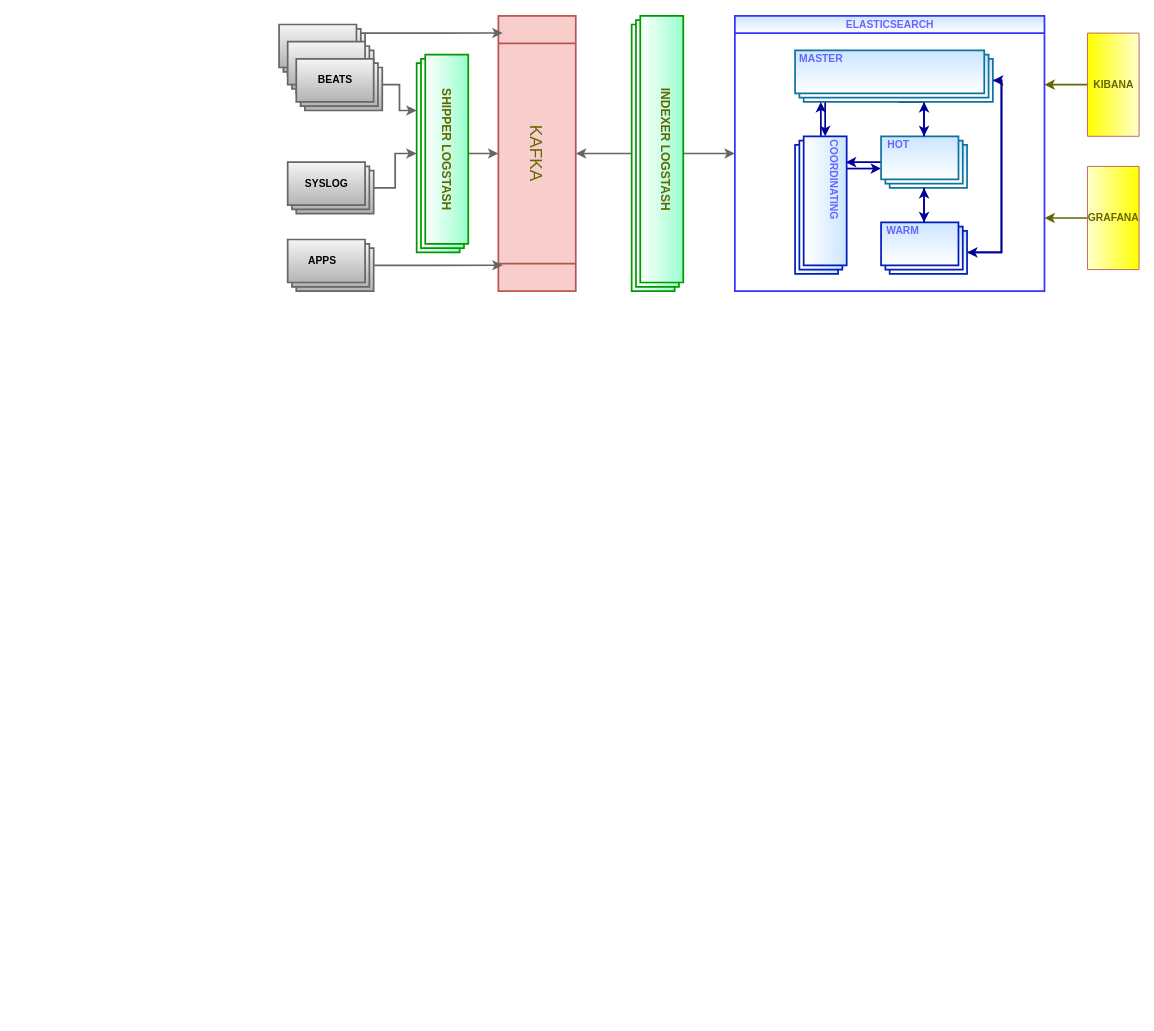
Before: ELK with Kafka.drawio in iatalay/drawio-diagrams, a draw.io diagram. Source tidied: cells renumbered, new cells numbered last; positions are measured from the earlier drawing's top-left corner, leaving out a move shared by most shapes. Both pictures are drawn from the tidied source at 86%, with x=0, y=0 at pixel (279, 15).
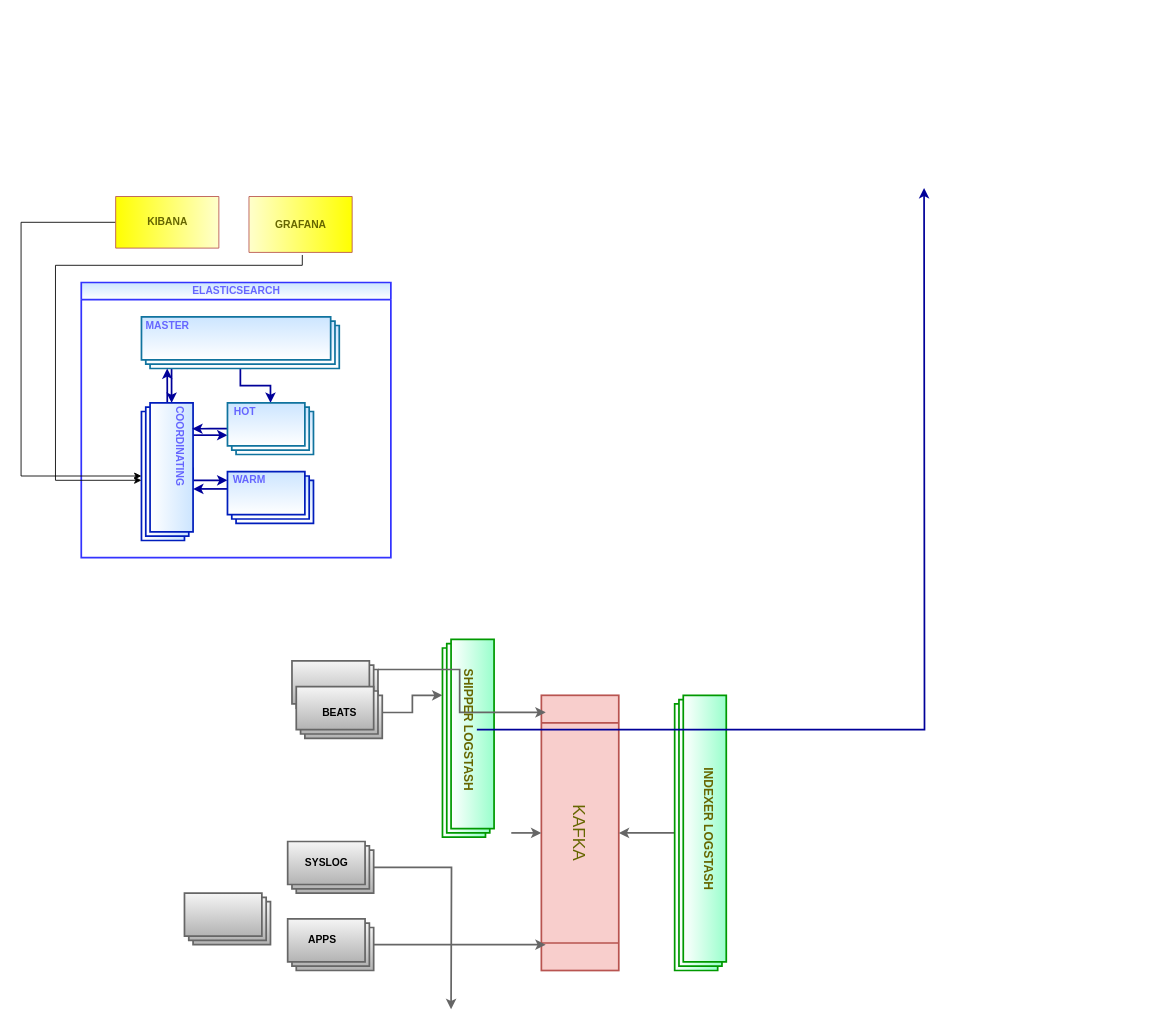
The same diagram, later.

The change refers to these unchanged cells:
```xml
<mxCell id="7" style="verticalLabelPosition=bottom;verticalAlign=top;html=1;shape=mxgraph.basic.layered_rect;dx=10;outlineConnect=0;labelBackgroundColor=none;labelBorderColor=none;strokeColor=#10739e;strokeWidth=2;fillColor=#CCE5FF;gradientColor=#ffffff;fontStyle=1;fontColor=#6666FF;" parent="3" vertex="1">
  <mxGeometry x="70" y="40" width="230" height="60" as="geometry" />
</mxCell>
<mxCell id="10" style="verticalLabelPosition=bottom;verticalAlign=top;html=1;shape=mxgraph.basic.layered_rect;dx=10;outlineConnect=0;labelBackgroundColor=none;fontColor=#ffffff;labelBorderColor=none;direction=south;strokeColor=#001DBC;strokeWidth=2;fillColor=#CCE5FF;gradientColor=#ffffff;" parent="3" vertex="1">
  <mxGeometry x="70" y="140" width="60" height="160" as="geometry" />
</mxCell>
<mxCell id="12" style="verticalLabelPosition=bottom;verticalAlign=top;html=1;shape=mxgraph.basic.layered_rect;dx=10;outlineConnect=0;labelBackgroundColor=none;strokeColor=#10739e;strokeWidth=2;fillColor=#CCE5FF;gradientColor=#ffffff;" parent="3" vertex="1">
  <mxGeometry x="170" y="140" width="100" height="60" as="geometry" />
</mxCell>
```

What changed in the source:
```diff
@@
     <mxCell id="2" value="&lt;span style=&quot;font-size: 20px;&quot;&gt;KAFKA&lt;/span&gt;" style="shape=process;whiteSpace=wrap;html=1;backgroundOutline=1;direction=west;verticalAlign=middle;fontStyle=0;labelBackgroundColor=none;labelBorderColor=none;fillColor=#f8cecc;strokeColor=#b85450;rotation=90;flipV=1;flipH=0;fontSize=20;strokeWidth=2;labelPosition=center;verticalLabelPosition=middle;align=center;fontColor=#666600;" parent="1" vertex="1">
-      <mxGeometry x="140" y="115" width="320" height="90" as="geometry" />
+      <mxGeometry x="190" y="905" width="320" height="90" as="geometry" />
     </mxCell>
     <mxCell id="3" value="ELASTICSEARCH" style="swimlane;html=1;startSize=20;horizontal=1;containerType=tree;labelBackgroundColor=none;fillColor=#cce5ff;rounded=0;shadow=0;sketch=0;gradientColor=#ffffff;swimlaneFillColor=none;strokeColor=#3333FF;strokeWidth=2;fontColor=#6666FF;" parent="1" vertex="1">
-      <mxGeometry x="530" width="360" height="320" as="geometry" />
+      <mxGeometry x="-230" y="310" width="360" height="320" as="geometry" />
     </mxCell>
@@
-    <mxCell id="5" style="edgeStyle=orthogonalEdgeStyle;rounded=0;jettySize=auto;html=1;exitX=0;exitY=0;exitDx=120;exitDy=60;exitPerimeter=0;fontColor=#FF3333;strokeColor=#000099;strokeWidth=2;" parent="3" edge="1" source="7" target="12">
-      <mxGeometry relative="1" as="geometry">
-        <Array as="points">
-          <mxPoint x="220" y="100" />
-        </Array>
-      </mxGeometry>
+    <mxCell id="5" style="edgeStyle=orthogonalEdgeStyle;rounded=0;jettySize=auto;html=1;fontColor=#FF3333;strokeColor=#000099;strokeWidth=2;" parent="3" edge="1" source="7" target="12">
+      <mxGeometry relative="1" as="geometry" />
     </mxCell>
-    <mxCell id="6" style="edgeStyle=orthogonalEdgeStyle;rounded=0;jettySize=auto;html=1;exitX=0;exitY=0;exitDx=230;exitDy=35;exitPerimeter=0;entryX=0;entryY=0;entryDx=100;entryDy=35;entryPerimeter=0;fontColor=#FF3333;strokeColor=#000099;strokeWidth=2;" parent="3" edge="1" source="7" target="15">
-      <mxGeometry relative="1" as="geometry">
-        <Array as="points">
-          <mxPoint x="310" y="75" />
-          <mxPoint x="310" y="275" />
-        </Array>
-      </mxGeometry>
-    </mxCell>
@@
+    <mxCell id="45" style="edgeStyle=orthogonalEdgeStyle;rounded=0;jettySize=auto;html=1;exitX=0;exitY=0;exitDx=75;exitDy=0;exitPerimeter=0;strokeColor=#000099;strokeWidth=2;" parent="3" edge="1" source="10" target="18">
+      <mxGeometry relative="1" as="geometry">
+        <Array as="points">
+          <mxPoint x="130" y="230" />
+        </Array>
+      </mxGeometry>
+    </mxCell>
@@
-    <mxCell id="13" style="edgeStyle=orthogonalEdgeStyle;rounded=0;jettySize=auto;html=1;strokeColor=#000099;strokeWidth=2;fontColor=#000099;" parent="3" edge="1" source="12" target="15">
-      <mxGeometry relative="1" as="geometry" />
-    </mxCell>
-    <mxCell id="14" style="edgeStyle=orthogonalEdgeStyle;rounded=0;jettySize=auto;html=1;exitX=0;exitY=0;exitDx=100;exitDy=35;exitPerimeter=0;entryX=0;entryY=0;entryDx=230;entryDy=35;entryPerimeter=0;strokeColor=#000099;strokeWidth=2;fontSize=14;fontColor=#000099;" parent="3" edge="1" source="15" target="7">
-      <mxGeometry relative="1" as="geometry">
-        <Array as="points">
-          <mxPoint x="310" y="275" />
-          <mxPoint x="310" y="75" />
-        </Array>
-      </mxGeometry>
-    </mxCell>
-    <mxCell id="15" style="verticalLabelPosition=bottom;verticalAlign=top;html=1;shape=mxgraph.basic.layered_rect;dx=10;outlineConnect=0;labelBackgroundColor=none;fontColor=#ffffff;strokeWidth=2;strokeColor=#001DBC;fillColor=#CCE5FF;gradientColor=#ffffff;" parent="3" vertex="1">
-      <mxGeometry x="170" y="240" width="100" height="60" as="geometry" />
-    </mxCell>
@@
+    <mxCell id="19" value="MASTER" style="text;html=1;align=center;verticalAlign=middle;fontColor=#6666FF;fontStyle=1;" parent="3" vertex="1">
+      <mxGeometry x="65" y="40" width="70" height="20" as="geometry" />
+    </mxCell>
+    <mxCell id="46" style="edgeStyle=orthogonalEdgeStyle;rounded=0;jettySize=auto;html=1;strokeColor=#000099;strokeWidth=2;" parent="3" edge="1" source="15">
+      <mxGeometry relative="1" as="geometry">
+        <mxPoint x="130" y="240" as="targetPoint" />
+        <Array as="points">
+          <mxPoint x="130" y="240" />
+        </Array>
+      </mxGeometry>
+    </mxCell>
+    <mxCell id="15" style="verticalLabelPosition=bottom;verticalAlign=top;html=1;shape=mxgraph.basic.layered_rect;dx=10;outlineConnect=0;labelBackgroundColor=none;fontColor=#ffffff;strokeWidth=2;strokeColor=#001DBC;fillColor=#CCE5FF;gradientColor=#ffffff;noLabel=0;" parent="3" vertex="1">
+      <mxGeometry x="170" y="220" width="100" height="60" as="geometry" />
+    </mxCell>
     <mxCell id="18" value="WARM" style="text;html=1;align=center;verticalAlign=middle;points=[];fontColor=#6666FF;fontStyle=1;" parent="3" vertex="1">
-      <mxGeometry x="170" y="240" width="50" height="20" as="geometry" />
+      <mxGeometry x="170" y="220" width="50" height="20" as="geometry" />
     </mxCell>
-    <mxCell id="19" value="MASTER" style="text;html=1;align=center;verticalAlign=middle;fontColor=#6666FF;fontStyle=1;" parent="3" vertex="1">
-      <mxGeometry x="65" y="40" width="70" height="20" as="geometry" />
-    </mxCell>
-    <mxCell id="20" style="edgeStyle=orthogonalEdgeStyle;rounded=0;jettySize=auto;html=1;entryX=1;entryY=0.25;entryDx=0;entryDy=0;fontColor=#666600;strokeColor=#666600;strokeWidth=2;" parent="1" edge="1" source="21" target="3">
-      <mxGeometry relative="1" as="geometry" />
-    </mxCell>
+    <mxCell id="47" style="edgeStyle=orthogonalEdgeStyle;rounded=0;jettySize=auto;html=1;entryX=0;entryY=0;entryDx=85;entryDy=60;entryPerimeter=0;" parent="1" edge="1" source="21" target="10">
+      <mxGeometry relative="1" as="geometry">
+        <Array as="points">
+          <mxPoint x="-300" y="240" />
+          <mxPoint x="-300" y="535" />
+        </Array>
+      </mxGeometry>
+    </mxCell>
     <mxCell id="21" value="KIBANA" style="verticalLabelPosition=middle;verticalAlign=middle;shape=mxgraph.basic.rect;fillColor2=none;strokeWidth=1;size=20;indent=5;rounded=0;shadow=0;labelBackgroundColor=none;sketch=0;rotation=90;horizontal=0;labelPosition=center;align=center;html=1;strokeColor=#b85450;fillColor=#FFFF00;gradientDirection=north;gradientColor=#FFFFCC;fontColor=#666600;fontStyle=1;" parent="1" vertex="1">
-      <mxGeometry x="910" y="50" width="120" height="60" as="geometry" />
+      <mxGeometry x="-160" y="180" width="60" height="120" as="geometry" />
     </mxCell>
-    <mxCell id="22" style="edgeStyle=orthogonalEdgeStyle;rounded=0;jettySize=auto;html=1;fontColor=#666600;strokeColor=#666600;strokeWidth=2;" parent="1" edge="1" source="23">
-      <mxGeometry relative="1" as="geometry">
-        <mxPoint x="890" y="235" as="targetPoint" />
-      </mxGeometry>
-    </mxCell>
+    <mxCell id="48" style="edgeStyle=orthogonalEdgeStyle;rounded=0;jettySize=auto;html=1;exitX=1.046;exitY=0.517;exitDx=0;exitDy=0;exitPerimeter=0;" parent="1" edge="1" source="23">
+      <mxGeometry relative="1" as="geometry">
+        <mxPoint x="-160" y="540" as="targetPoint" />
+        <Array as="points">
+          <mxPoint x="27" y="290" />
+          <mxPoint x="-260" y="290" />
+          <mxPoint x="-260" y="540" />
+        </Array>
+      </mxGeometry>
+    </mxCell>
-    <mxCell id="23" value="GRAFANA" style="verticalLabelPosition=middle;verticalAlign=middle;shape=mxgraph.basic.rect;fillColor2=none;strokeWidth=1;size=20;indent=5;rounded=0;shadow=0;labelBackgroundColor=none;sketch=0;rotation=90;horizontal=0;labelPosition=center;align=center;html=1;strokeColor=#b85450;fillColor=#FFFF00;gradientDirection=north;gradientColor=#FFFFCC;fontStyle=1;fontColor=#666600;direction=west;perimeterSpacing=0;snapToPoint=0;portConstraintRotation=0;backgroundOutline=0;" parent="1" vertex="1">
-      <mxGeometry x="910" y="205" width="120" height="60" as="geometry" />
+    <mxCell id="23" value="GRAFANA" style="verticalLabelPosition=middle;verticalAlign=middle;shape=mxgraph.basic.rect;fillColor2=none;strokeWidth=1;size=20;indent=5;rounded=0;shadow=0;labelBackgroundColor=none;rotation=90;horizontal=0;labelPosition=center;align=center;html=1;strokeColor=#b85450;fillColor=#FFFF00;gradientDirection=north;gradientColor=#FFFFCC;fontStyle=1;fontColor=#666600;direction=west;perimeterSpacing=0;snapToPoint=0;portConstraintRotation=0;backgroundOutline=0;flipH=1;flipV=0;" parent="1" vertex="1">
+      <mxGeometry x="-7.5" y="182.5" width="65" height="120" as="geometry" />
     </mxCell>
@@
-    <mxCell id="25" style="edgeStyle=orthogonalEdgeStyle;rounded=0;jettySize=auto;html=1;entryX=0;entryY=0.5;entryDx=0;entryDy=0;strokeColor=#666666;strokeWidth=2;fontSize=20;fontColor=#00CC00;fillColor=#f5f5f5;" parent="1" edge="1" source="26" target="3">
-      <mxGeometry relative="1" as="geometry" />
-    </mxCell>
     <mxCell id="26" style="verticalLabelPosition=bottom;verticalAlign=top;html=1;shape=mxgraph.basic.layered_rect;dx=10;outlineConnect=0;labelBackgroundColor=none;fontColor=#ffffff;labelBorderColor=none;direction=south;strokeWidth=2;gradientColor=#ffffff;fillColor=#99FFCC;strokeColor=#009900;" parent="1" vertex="1">
-      <mxGeometry x="410" width="60" height="320" as="geometry" />
+      <mxGeometry x="460" y="790" width="60" height="320" as="geometry" />
     </mxCell>
-    <mxCell id="27" style="edgeStyle=orthogonalEdgeStyle;rounded=0;jettySize=auto;html=1;entryX=0.5;entryY=0;entryDx=0;entryDy=0;strokeColor=#666666;strokeWidth=2;fontSize=20;fontColor=#00CC00;fillColor=#f5f5f5;" parent="1" edge="1" source="28" target="2">
-      <mxGeometry relative="1" as="geometry" />
+    <mxCell id="27" style="edgeStyle=orthogonalEdgeStyle;rounded=0;jettySize=auto;html=1;entryX=0.5;entryY=0;entryDx=0;entryDy=0;strokeColor=#666666;strokeWidth=2;fontSize=20;fontColor=#00CC00;fillColor=#f5f5f5;" parent="1" edge="1" target="2">
+      <mxGeometry relative="1" as="geometry">
+        <mxPoint x="270" y="950" as="sourcePoint" />
+      </mxGeometry>
     </mxCell>
     <mxCell id="28" style="verticalLabelPosition=bottom;verticalAlign=top;html=1;shape=mxgraph.basic.layered_rect;dx=10;outlineConnect=0;labelBackgroundColor=none;fontColor=#ffffff;labelBorderColor=none;direction=south;strokeWidth=2;gradientColor=#ffffff;fillColor=#99FFCC;strokeColor=#009900;" parent="1" vertex="1">
-      <mxGeometry x="160" y="45" width="60" height="230" as="geometry" />
+      <mxGeometry x="190" y="725" width="60" height="230" as="geometry" />
     </mxCell>
-    <mxCell id="29" value="SHIPPER LOGSTASH" style="text;html=1;align=center;verticalAlign=middle;points=[];fontSize=14;rotation=90;fontColor=#666600;fontStyle=1;" parent="1" vertex="1">
-      <mxGeometry x="115" y="145" width="160" height="20" as="geometry" />
-    </mxCell>
     <mxCell id="30" value="INDEXER LOGSTASH" style="text;html=1;align=center;verticalAlign=middle;fontSize=14;rotation=90;fontColor=#666600;fontStyle=1;" parent="1" vertex="1">
-      <mxGeometry x="370" y="145" width="160" height="20" as="geometry" />
+      <mxGeometry x="420" y="935" width="160" height="20" as="geometry" />
     </mxCell>
@@
-    <mxCell id="32" style="verticalLabelPosition=bottom;verticalAlign=top;html=1;shape=mxgraph.basic.layered_rect;dx=10;outlineConnect=0;rounded=0;shadow=0;labelBackgroundColor=none;sketch=0;strokeColor=#666666;strokeWidth=2;fillColor=#f5f5f5;gradientColor=#b3b3b3;fontSize=20;" parent="1" vertex="1">
-      <mxGeometry x="10" y="260" width="100" height="60" as="geometry" />
-    </mxCell>
-    <mxCell id="33" value="APPS" style="text;html=1;align=center;verticalAlign=middle;fontSize=12;fontStyle=1;" parent="1" vertex="1">
-      <mxGeometry x="25" y="275" width="50" height="20" as="geometry" />
-    </mxCell>
-    <mxCell id="34" style="edgeStyle=orthogonalEdgeStyle;rounded=0;jettySize=auto;html=1;strokeColor=#666666;strokeWidth=2;fontSize=20;fontColor=#000000;gradientColor=#b3b3b3;fillColor=#f5f5f5;" parent="1" edge="1" source="35" target="28">
-      <mxGeometry relative="1" as="geometry" />
-    </mxCell>
-    <mxCell id="35" style="verticalLabelPosition=bottom;verticalAlign=top;html=1;shape=mxgraph.basic.layered_rect;dx=10;outlineConnect=0;rounded=0;shadow=0;labelBackgroundColor=none;sketch=0;strokeColor=#666666;strokeWidth=2;fillColor=#f5f5f5;gradientColor=#b3b3b3;fontSize=20;" parent="1" vertex="1">
-      <mxGeometry x="10" y="170" width="100" height="60" as="geometry" />
-    </mxCell>
@@
     <mxCell id="37" style="verticalLabelPosition=bottom;verticalAlign=top;html=1;shape=mxgraph.basic.layered_rect;dx=10;outlineConnect=0;rounded=0;shadow=0;labelBackgroundColor=none;sketch=0;strokeColor=#666666;strokeWidth=2;fillColor=#f5f5f5;gradientColor=#b3b3b3;fontSize=20;" parent="1" vertex="1">
-      <mxGeometry y="10" width="100" height="60" as="geometry" />
+      <mxGeometry x="15" y="750" width="100" height="60" as="geometry" />
     </mxCell>
     <mxCell id="38" style="verticalLabelPosition=bottom;verticalAlign=top;html=1;shape=mxgraph.basic.layered_rect;dx=10;rounded=0;shadow=0;labelBackgroundColor=none;sketch=0;strokeColor=#666666;strokeWidth=2;fillColor=#f5f5f5;gradientColor=#b3b3b3;fontSize=20;" parent="1" vertex="1">
-      <mxGeometry x="10" y="30" width="100" height="60" as="geometry" />
+      <mxGeometry x="-110" y="1020" width="100" height="60" as="geometry" />
     </mxCell>
@@
     <mxCell id="40" style="verticalLabelPosition=bottom;verticalAlign=top;html=1;shape=mxgraph.basic.layered_rect;dx=10;outlineConnect=0;rounded=0;shadow=0;labelBackgroundColor=none;sketch=0;strokeColor=#666666;strokeWidth=2;fillColor=#f5f5f5;gradientColor=#b3b3b3;fontSize=20;" parent="1" vertex="1">
-      <mxGeometry x="20" y="50" width="100" height="60" as="geometry" />
+      <mxGeometry x="20" y="780" width="100" height="60" as="geometry" />
     </mxCell>
+    <mxCell id="42" value="BEATS" style="text;html=1;align=center;verticalAlign=middle;fontSize=12;fontStyle=1;" parent="1" vertex="1">
+      <mxGeometry x="40" y="800" width="60" height="20" as="geometry" />
+    </mxCell>
+    <mxCell id="44" style="edgeStyle=orthogonalEdgeStyle;rounded=0;jettySize=auto;html=1;strokeWidth=2;fontSize=14;fontColor=#000099;strokeColor=#000099;startArrow=none;" parent="1" edge="1" source="29">
+      <mxGeometry relative="1" as="geometry">
+        <mxPoint x="750" y="200" as="targetPoint" />
+      </mxGeometry>
+    </mxCell>
+    <mxCell id="29" value="SHIPPER LOGSTASH" style="text;html=1;align=center;verticalAlign=middle;points=[];fontSize=14;rotation=90;fontColor=#666600;fontStyle=1;" parent="1" vertex="1">
+      <mxGeometry x="140" y="820" width="160" height="20" as="geometry" />
+    </mxCell>
+    <mxCell id="32" style="verticalLabelPosition=bottom;verticalAlign=top;html=1;shape=mxgraph.basic.layered_rect;dx=10;outlineConnect=0;rounded=0;shadow=0;labelBackgroundColor=none;sketch=0;strokeColor=#666666;strokeWidth=2;fillColor=#f5f5f5;gradientColor=#b3b3b3;fontSize=20;" parent="1" vertex="1">
+      <mxGeometry x="10" y="1050" width="100" height="60" as="geometry" />
+    </mxCell>
+    <mxCell id="33" value="APPS" style="text;html=1;align=center;verticalAlign=middle;fontSize=12;fontStyle=1;" parent="1" vertex="1">
+      <mxGeometry x="25" y="1065" width="50" height="20" as="geometry" />
+    </mxCell>
+    <mxCell id="34" style="edgeStyle=orthogonalEdgeStyle;rounded=0;jettySize=auto;html=1;strokeColor=#666666;strokeWidth=2;fontSize=20;fontColor=#000000;gradientColor=#b3b3b3;fillColor=#f5f5f5;" parent="1" edge="1" source="35">
+      <mxGeometry relative="1" as="geometry">
+        <mxPoint x="200" y="1155" as="targetPoint" />
+      </mxGeometry>
+    </mxCell>
+    <mxCell id="35" style="verticalLabelPosition=bottom;verticalAlign=top;html=1;shape=mxgraph.basic.layered_rect;dx=10;outlineConnect=0;rounded=0;shadow=0;labelBackgroundColor=none;sketch=0;strokeColor=#666666;strokeWidth=2;fillColor=#f5f5f5;gradientColor=#b3b3b3;fontSize=20;" parent="1" vertex="1">
+      <mxGeometry x="10" y="960" width="100" height="60" as="geometry" />
+    </mxCell>
     <mxCell id="41" value="SYSLOG" style="text;html=1;align=center;verticalAlign=middle;fontSize=12;fontStyle=1;" parent="1" vertex="1">
-      <mxGeometry x="20" y="185" width="70" height="20" as="geometry" />
+      <mxGeometry x="20" y="975" width="70" height="20" as="geometry" />
     </mxCell>
-    <mxCell id="42" value="BEATS" style="text;html=1;align=center;verticalAlign=middle;fontSize=12;fontStyle=1;" parent="1" vertex="1">
-      <mxGeometry x="35" y="65" width="60" height="20" as="geometry" />
-    </mxCell>
-    <mxCell id="43" style="edgeStyle=orthogonalEdgeStyle;rounded=0;jettySize=auto;html=1;strokeWidth=2;fontSize=14;fontColor=#000099;strokeColor=#000099;" parent="1" edge="1" source="12">
-      <mxGeometry relative="1" as="geometry">
-        <mxPoint x="750" y="100" as="targetPoint" />
-      </mxGeometry>
-    </mxCell>
-    <mxCell id="44" style="edgeStyle=orthogonalEdgeStyle;rounded=0;jettySize=auto;html=1;strokeWidth=2;fontSize=14;fontColor=#000099;strokeColor=#000099;" parent="1" edge="1" source="15">
-      <mxGeometry relative="1" as="geometry">
-        <mxPoint x="750" y="200" as="targetPoint" />
-      </mxGeometry>
-    </mxCell>
```
